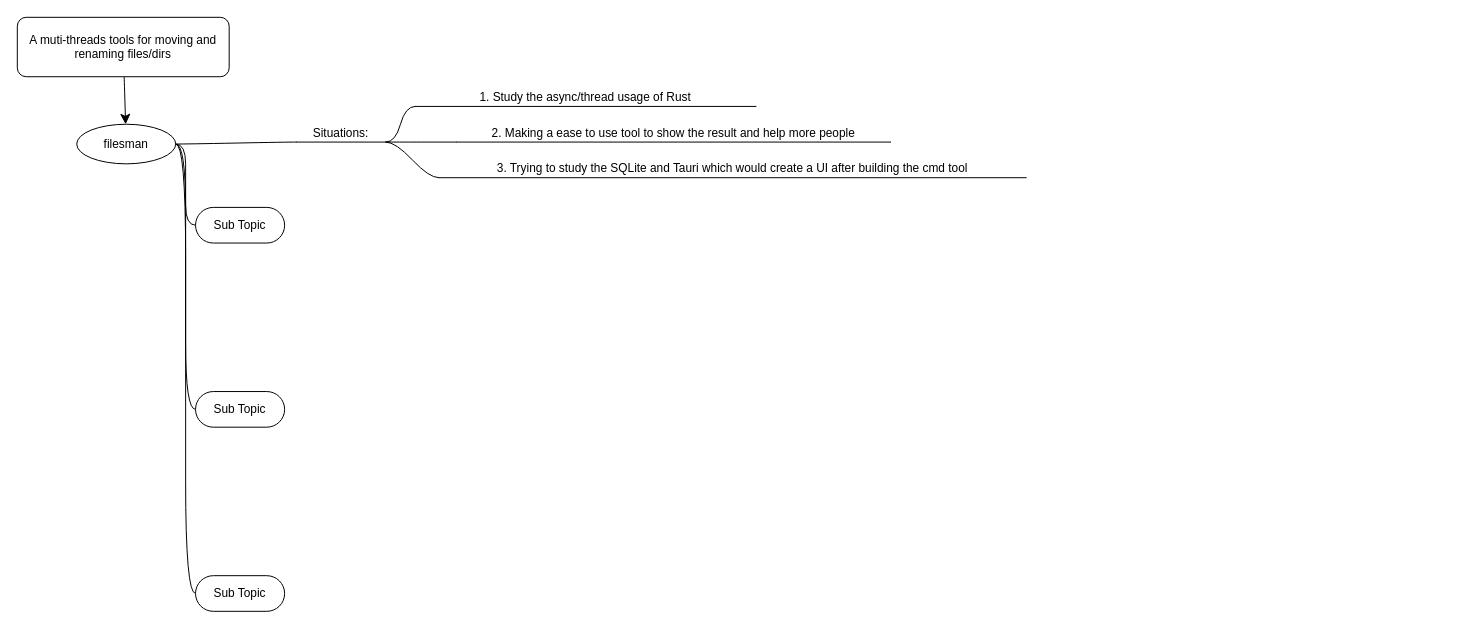
Before: filesman.drawio in YuniqueUnic/drawioDiagrams, a draw.io diagram. Source tidied: cells renumbered, new cells numbered last; positions are measured from the earlier drawing's top-left corner, leaving out a move shared by most shapes. Both pictures are drawn from the tidied source at 99%, with x=0, y=0 at pixel (17, 17).
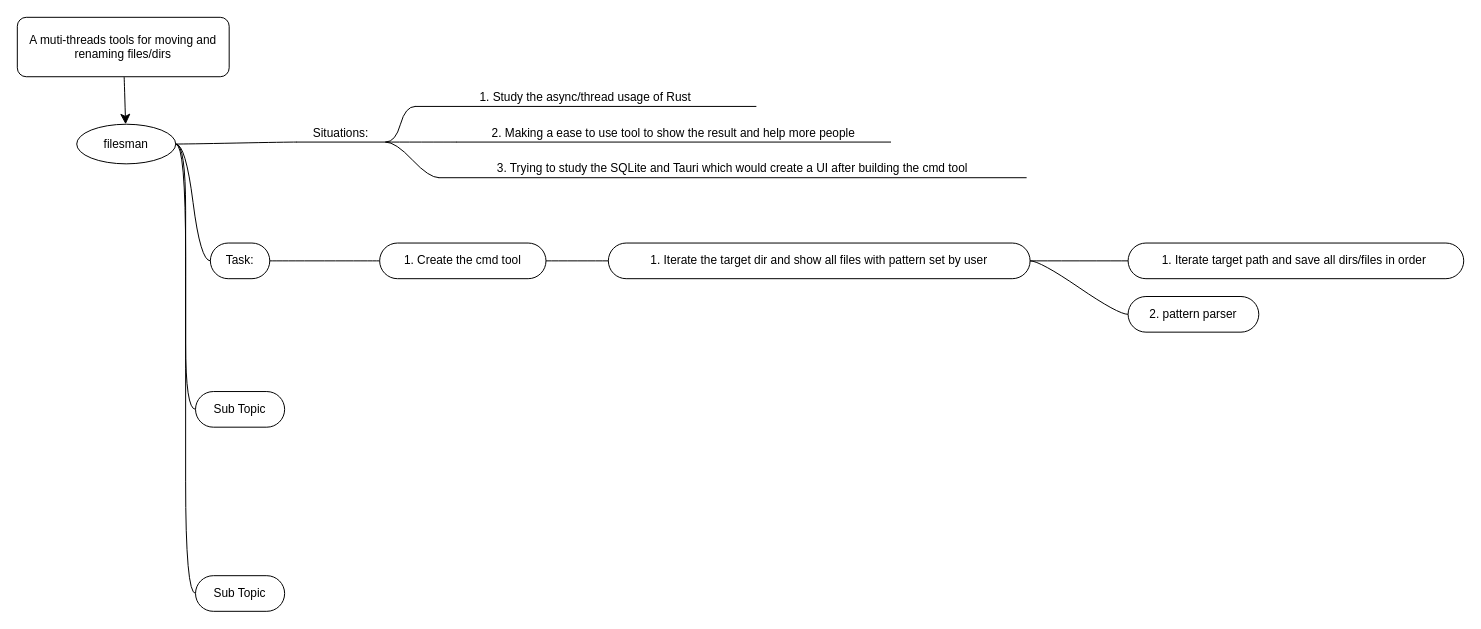
Above is the later version.

What changed in the source:
```diff
@@
-    <mxCell id="6" value="Sub Topic" style="whiteSpace=wrap;html=1;rounded=1;arcSize=50;align=center;verticalAlign=middle;strokeWidth=1;spacing=4;" parent="1" vertex="1">
-      <mxGeometry x="180" y="192" width="90" height="36" as="geometry" />
+    <mxCell id="6" value="Task:" style="whiteSpace=wrap;html=1;rounded=1;arcSize=50;align=center;verticalAlign=middle;strokeWidth=1;spacing=4;" parent="1" vertex="1">
+      <mxGeometry x="195" y="228" width="60" height="36" as="geometry" />
     </mxCell>
@@
+    <mxCell id="19" style="edgeStyle=entityRelationEdgeStyle;startArrow=none;endArrow=none;segment=10;curved=1;fontSize=12;startSize=8;endSize=8;" parent="1" edge="1" source="6" target="20">
+      <mxGeometry relative="1" as="geometry" />
+    </mxCell>
+    <mxCell id="20" value="1. Create the cmd tool" style="whiteSpace=wrap;html=1;rounded=1;arcSize=50;align=center;verticalAlign=middle;strokeWidth=1;spacing=4;" parent="1" vertex="1">
+      <mxGeometry x="366" y="228" width="168" height="36" as="geometry" />
+    </mxCell>
+    <mxCell id="21" style="edgeStyle=entityRelationEdgeStyle;startArrow=none;endArrow=none;segment=10;curved=1;fontSize=12;startSize=8;endSize=8;" parent="1" edge="1" source="20" target="22">
+      <mxGeometry relative="1" as="geometry" />
+    </mxCell>
+    <mxCell id="22" value="1. Iterate the target dir and show all files with pattern set by user" style="whiteSpace=wrap;html=1;rounded=1;arcSize=50;align=center;verticalAlign=middle;strokeWidth=1;spacing=4;" parent="1" vertex="1">
+      <mxGeometry x="597" y="228" width="426" height="36" as="geometry" />
+    </mxCell>
+    <mxCell id="23" style="edgeStyle=entityRelationEdgeStyle;startArrow=none;endArrow=none;segment=10;curved=1;fontSize=12;startSize=8;endSize=8;" parent="1" edge="1" source="22" target="24">
+      <mxGeometry relative="1" as="geometry" />
+    </mxCell>
+    <mxCell id="24" value="1. Iterate target path and save all dirs/files in order&amp;nbsp;" style="whiteSpace=wrap;html=1;rounded=1;arcSize=50;align=center;verticalAlign=middle;strokeWidth=1;spacing=4;" parent="1" vertex="1">
+      <mxGeometry x="1122" y="228" width="339" height="36" as="geometry" />
+    </mxCell>
+    <mxCell id="25" style="edgeStyle=entityRelationEdgeStyle;startArrow=none;endArrow=none;segment=10;curved=1;fontSize=12;startSize=8;endSize=8;" parent="1" edge="1" source="22" target="26">
+      <mxGeometry relative="1" as="geometry" />
+    </mxCell>
+    <mxCell id="26" value="2. pattern parser" style="whiteSpace=wrap;html=1;rounded=1;arcSize=50;align=center;verticalAlign=middle;strokeWidth=1;spacing=4;" parent="1" vertex="1">
+      <mxGeometry x="1122" y="282" width="132" height="36" as="geometry" />
+    </mxCell>
```
